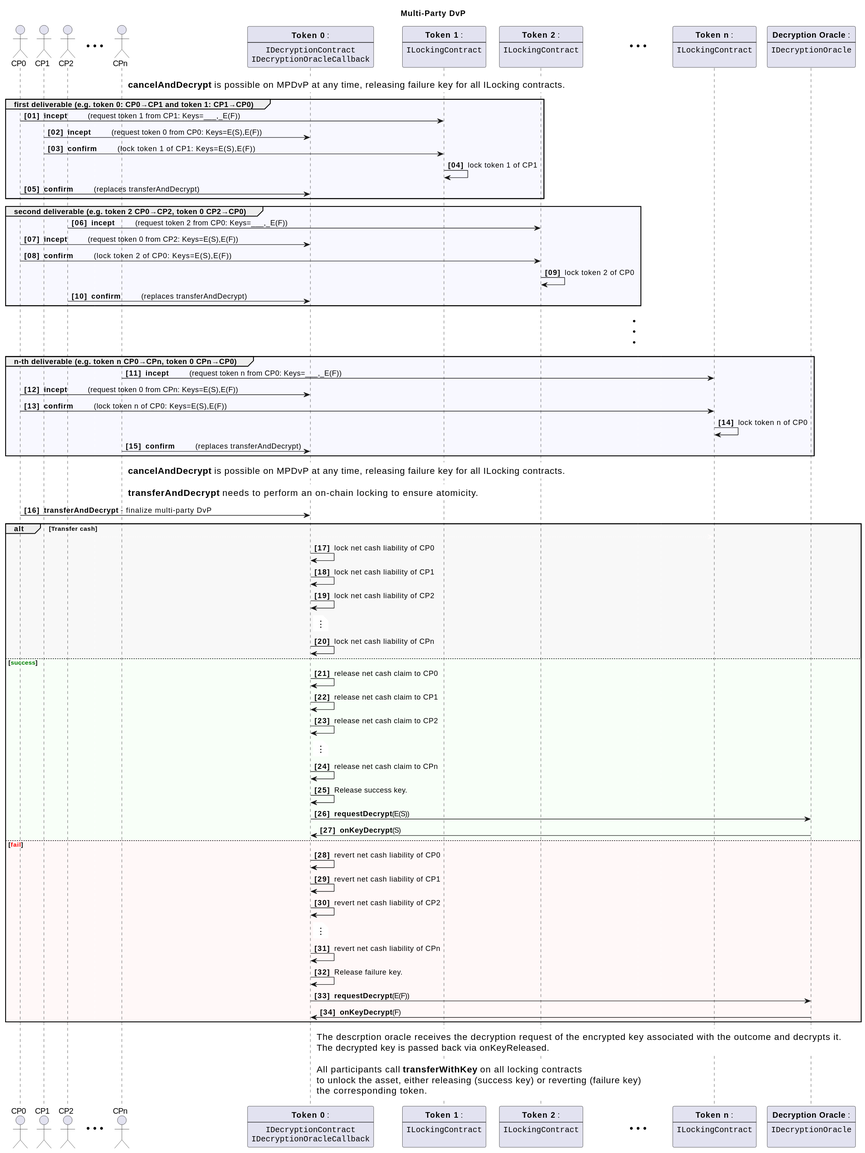
Above: assets/erc-7573/doc/multi-party-dvp.svg in ethereum/ERCs (PlantUML), before the change.
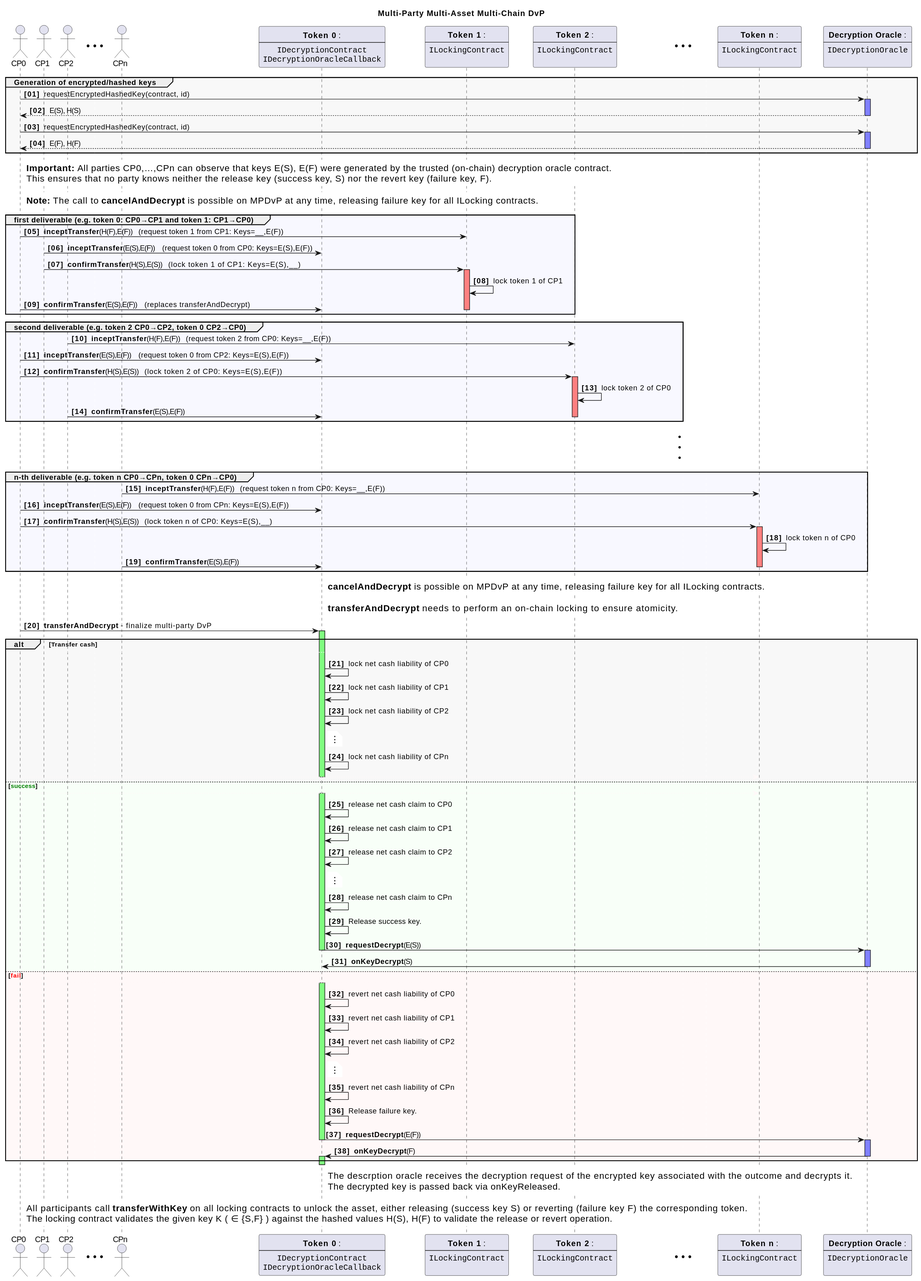
Later version of the same file.

The edit, as a diff of the source:
```diff
@@ -1,5 +1,6 @@
 @startuml
-title Multi-Party DvP
+
+title Multi-Party Multi-Asset Multi-Chain DvP
 
 skinparam BackgroundColor white
 
@@ -74,30 +75,51 @@
 
 autonumber "<b>[00] </b>"
 
-note right of CPn #white
-  **cancelAndDecrypt** is possible on MPDvP at any time, releasing failure key for all ILocking contracts.
+group #F8F8F8 Generation of encrypted/hashed keys
+  CP0 -> DecryptionOracle : requestEncryptedHashedKey(contract, id)
+  activate DecryptionOracle #8080FF
+  DecryptionOracle --> CP0 : E(S), H(S)
+  deactivate DecryptionOracle
+
+  CP0 -> DecryptionOracle : requestEncryptedHashedKey(contract, id)
+  activate DecryptionOracle #8080FF
+  DecryptionOracle --> CP0 : E(F), H(F)
+  deactivate DecryptionOracle
+end
+
+note right of CP0 #white
+  **Important:** All parties CP0,…,CPn can observe that keys E(S), E(F) were generated by the trusted (on-chain) decryption oracle contract.
+  This ensures that no party knows neither the release key (success key, S) nor the revert key (failure key, F).
+end note
+
+note right of CP0 #white
+  **Note:** The call to **cancelAndDecrypt** is possible on MPDvP at any time, releasing failure key for all ILocking contracts.
 end note
 
 group #F8F8FF first deliverable (e.g. token 0: CP0→CP1 and token 1: CP1→CP0)
 
-CP0 -> A_1_0: **incept** \t (request token 1 from CP1: Keys=___,_E(F))
-CP1 -> MPDvP: **incept** \t (request token 0 from CP0: Keys=E(S),E(F))
-CP1 -> A_1_0: **confirm** \t (lock token 1 of CP1:     Keys=E(S),E(F))
+CP0 -> A_1_0: **inceptTransfer**(H(F),E(F)) \t (request token 1 from CP1: Keys=__,E(F))
+CP1 -> MPDvP: **inceptTransfer**(E(S),E(F)) \t (request token 0 from CP0: Keys=E(S),E(F))
+CP1 -> A_1_0: **confirmTransfer**(H(S),E(S)) \t (lock token 1 of CP1:     Keys=E(S),__)
+activate A_1_0 #FF8080
 A_1_0 -> A_1_0: lock token 1 of CP1
 
-CP0 -> MPDvP: **confirm** \t (replaces transferAndDecrypt)
+CP0 -> MPDvP: **confirmTransfer**(E(S),E(F)) \t (replaces transferAndDecrypt)
+deactivate A_1_0 #FF8080
 
 end group
 
 group #F8F8FF second deliverable (e.g. token 2 CP0→CP2, token 0 CP2→CP0)
 
 
-CP2 -> A_0_2: **incept** \t (request token 2 from CP0: Keys=___,_E(F))
-CP0 -> MPDvP: **incept** \t (request token 0 from CP2: Keys=E(S),E(F))
-CP0 -> A_0_2: **confirm** \t (lock token 2 of CP0:     Keys=E(S),E(F))
+CP2 -> A_0_2: **inceptTransfer**(H(F),E(F)) \t (request token 2 from CP0: Keys=__,E(F))
+CP0 -> MPDvP: **inceptTransfer**(E(S),E(F)) \t (request token 0 from CP2: Keys=E(S),E(F))
+CP0 -> A_0_2: **confirmTransfer**(H(S),E(S)) \t (lock token 2 of CP0:     Keys=E(S),E(F))
+activate A_0_2 #FF8080
 A_0_2 -> A_0_2: lock token 2 of CP0
 
-CP2 -> MPDvP: **confirm** \t (replaces transferAndDecrypt)
+CP2 -> MPDvP: **confirmTransfer**(E(S),E(F))
+deactivate A_0_2
 
 end group
 
@@ -109,31 +131,35 @@
 
 group #F8F8FF n-th deliverable (e.g. token n CP0→CPn, token 0 CPn→CP0)
 
-CPn -> A_0_n: **incept** \t (request token n from CP0: Keys=___,_E(F))
-CP0 -> MPDvP: **incept** \t (request token 0 from CPn: Keys=E(S),E(F))
-CP0 -> A_0_n: **confirm** \t (lock token n of CP0:   Keys=E(S),E(F))
+CPn -> A_0_n: **inceptTransfer**(H(F),E(F)) \t (request token n from CP0: Keys=__,E(F))
+CP0 -> MPDvP: **inceptTransfer**(E(S),E(F)) \t (request token 0 from CPn: Keys=E(S),E(F))
+
+CP0 -> A_0_n: **confirmTransfer**(H(S),E(S)) \t (lock token n of CP0:   Keys=E(S),__)
+
+activate A_0_n #FF8080
 A_0_n -> A_0_n: lock token n of CP0
 
-CPn -> MPDvP: **confirm** \t (replaces transferAndDecrypt)
+CPn -> MPDvP: **confirmTransfer**(E(S),E(F))
+deactivate A_0_n
 
 end group
 
 
-note right of CPn #white
+note right of MPDvP #white
   **cancelAndDecrypt** is possible on MPDvP at any time, releasing failure key for all ILocking contracts.
 end note
 
-note right of CPn #white
+note right of MPDvP #white
   **transferAndDecrypt** needs to perform an on-chain locking to ensure atomicity.
 end note
 
 
 CP0 -> MPDvP: **transferAndDecrypt** - finalize multi-party DvP
-
+activate MPDvP #80FF80
 
     alt #F8F8F8 Transfer cash
         autonumber stop
-        CP0-[#FFFCFC]->A_0_n:
+        CP0-[#F8F8F8]->A_0_n:
         autonumber resume
 
         MPDvP -> MPDvP: lock net cash liability of CP0
@@ -146,7 +172,13 @@
 
         MPDvP -> MPDvP: lock net cash liability of CPn
 
+        autonumber stop
+        CP0-[#FFF8F8]->A_0_n:
+        deactivate MPDvP
     else #F8FFF8 <color:green>success</color>
+        CP0-[#FFF8F8]->A_0_n:
+        activate MPDvP #80FF80
+        autonumber resume
 
         MPDvP -> MPDvP: release net cash claim to CP0
         MPDvP -> MPDvP: release net cash claim to CP1
@@ -161,8 +193,15 @@
         MPDvP -> MPDvP: Release success key.
 
         MPDvP -> DecryptionOracle: **requestDecrypt**(E(S))
+        deactivate MPDvP
+        activate DecryptionOracle #8080FF
         DecryptionOracle -> MPDvP: **onKeyDecrypt**(S)
+        deactivate DecryptionOracle
     else #FFF8F8 <color:red>fail</color>
+        autonumber stop
+        CP0-[#FFF8F8]->A_0_n:
+        autonumber resume
+        activate MPDvP #80FF80
         MPDvP -> MPDvP: revert net cash liability of CP0
         MPDvP -> MPDvP: revert net cash liability of CP1
         MPDvP -> MPDvP: revert net cash liability of CP2
@@ -176,17 +215,21 @@
         MPDvP -> MPDvP: Release failure key.
 
         MPDvP -> DecryptionOracle: **requestDecrypt**(E(F))
+        deactivate MPDvP
+        activate DecryptionOracle #8080FF
         DecryptionOracle -> MPDvP: **onKeyDecrypt**(F)
+        deactivate DecryptionOracle
+        activate MPDvP #80FF80
     end
+        deactivate MPDvP
 
     note right of MPDvP #white
       The descrption oracle receives the decryption request of the encrypted key associated with the outcome and decrypts it.
       The decrypted key is passed back via onKeyReleased.
     end note
 
-    note right of MPDvP #white
-      All participants call **transferWithKey** on all locking contracts
-      to unlock the asset, either releasing (success key) or reverting (failure key)
-      the corresponding token.
+    note right of CP0 #white
+      All participants call **transferWithKey** on all locking contracts to unlock the asset, either releasing (success key S) or reverting (failure key F) the corresponding token.
+      The locking contract validates the given key K ( ∈ {S,F} ) against the hashed values H(S), H(F) to validate the release or revert operation.
     end note
 @enduml
```
